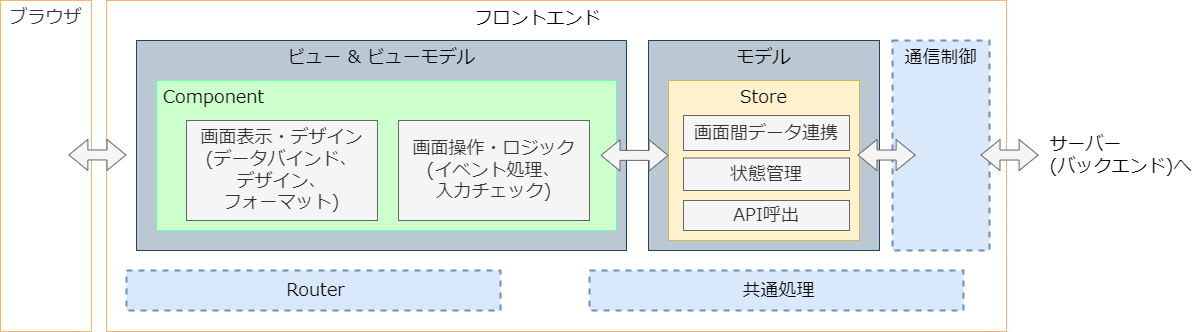
AlesInfiny/maia keeps this draw.io diagram as documents/contents/images/app-architecture/client-side-rendering/frontend-architecture-light.png. Above is the earlier version. Source tidied: cells renumbered, new cells last; positions are measured from the earlier drawing's top-left corner, leaving out a move shared by most shapes.
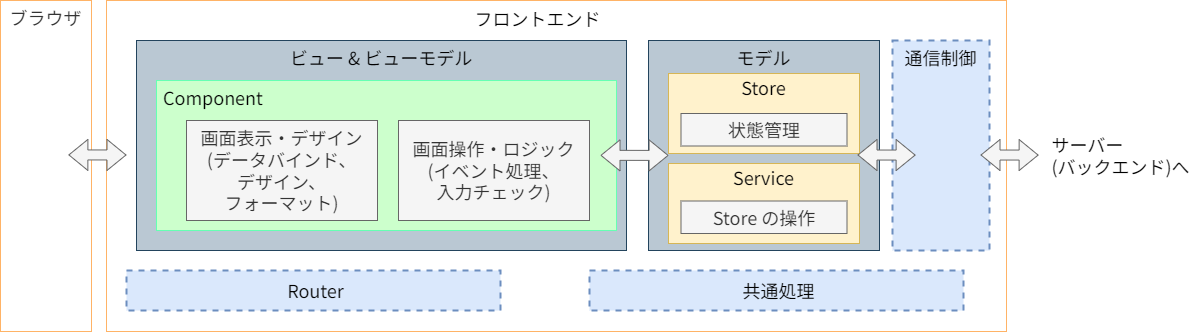
Later version of the same file.

The edit, as a diff of the source:
```diff
@@ -23,18 +23,12 @@
     <mxCell id="8" value="画面操作・ロジック&lt;br style=&quot;font-size: 18px&quot;&gt;(イベント処理、&lt;br style=&quot;font-size: 18px&quot;&gt;入力チェック)" style="rounded=0;whiteSpace=wrap;html=1;fontSize=18;fillColor=#f5f5f5;fontColor=#333333;strokeColor=#666666;fontFamily=Noto Sans JP;fontSource=https%3A%2F%2Ffonts.googleapis.com%2Fcss%3Ffamily%3DNoto%2BSans%2BJP;verticalAlign=middle;" parent="1" vertex="1">
       <mxGeometry x="398" y="120" width="191" height="100" as="geometry" />
     </mxCell>
-    <mxCell id="9" value="Store" style="rounded=0;whiteSpace=wrap;html=1;fontSize=18;verticalAlign=top;fillColor=#fff2cc;strokeColor=#d6b656;fontFamily=Noto Sans JP;fontSource=https%3A%2F%2Ffonts.googleapis.com%2Fcss%3Ffamily%3DNoto%2BSans%2BJP;" parent="1" vertex="1">
-      <mxGeometry x="668" y="80" width="191" height="160" as="geometry" />
+    <mxCell id="9" value="Store" style="rounded=0;whiteSpace=wrap;html=1;fontSize=18;verticalAlign=top;fillColor=#fff2cc;strokeColor=#d6b656;fontFamily=Noto Sans JP;fontSource=https%3A%2F%2Ffonts.googleapis.com%2Fcss%3Ffamily%3DNoto%2BSans%2BJP;spacing=0;spacingTop=-1;" parent="1" vertex="1">
+      <mxGeometry x="668" y="73" width="191" height="80" as="geometry" />
     </mxCell>
-    <mxCell id="10" value="画面間データ連携" style="rounded=0;whiteSpace=wrap;html=1;fontSize=18;fillColor=#f5f5f5;strokeColor=#666666;fontColor=#333333;fontFamily=Noto Sans JP;fontSource=https%3A%2F%2Ffonts.googleapis.com%2Fcss%3Ffamily%3DNoto%2BSans%2BJP;" parent="1" vertex="1">
-      <mxGeometry x="683" y="115" width="166" height="35" as="geometry" />
-    </mxCell>
     <mxCell id="11" value="状態管理" style="rounded=0;whiteSpace=wrap;html=1;fontSize=18;fillColor=#f5f5f5;strokeColor=#666666;fontColor=#333333;fontFamily=Noto Sans JP;fontSource=https%3A%2F%2Ffonts.googleapis.com%2Fcss%3Ffamily%3DNoto%2BSans%2BJP;" parent="1" vertex="1">
-      <mxGeometry x="683" y="157.5" width="166" height="32.5" as="geometry" />
+      <mxGeometry x="680.5" y="113" width="166" height="32.5" as="geometry" />
     </mxCell>
-    <mxCell id="12" value="API呼出" style="rounded=0;whiteSpace=wrap;html=1;fontSize=18;fillColor=#f5f5f5;strokeColor=#666666;fontColor=#333333;fontFamily=Noto Sans JP;fontSource=https%3A%2F%2Ffonts.googleapis.com%2Fcss%3Ffamily%3DNoto%2BSans%2BJP;" parent="1" vertex="1">
-      <mxGeometry x="683" y="200" width="166" height="30" as="geometry" />
-    </mxCell>
     <mxCell id="13" value="通信制御" style="rounded=0;whiteSpace=wrap;html=1;fontSize=18;dashed=1;fillColor=#dae8fc;strokeColor=#6C8EBF;fontColor=#000000;strokeWidth=2;verticalAlign=top;fontFamily=Noto Sans JP;fontSource=https%3A%2F%2Ffonts.googleapis.com%2Fcss%3Ffamily%3DNoto%2BSans%2BJP;" parent="1" vertex="1">
       <mxGeometry x="892" y="40" width="97" height="210" as="geometry" />
     </mxCell>
@@ -74,5 +68,11 @@
     <mxCell id="21" value="&lt;div style=&quot;text-align: left; font-size: 18px;&quot;&gt;&lt;span style=&quot;font-size: 18px;&quot;&gt;サーバー&lt;/span&gt;&lt;/div&gt;&lt;div style=&quot;text-align: left; font-size: 18px;&quot;&gt;&lt;span style=&quot;font-size: 18px;&quot;&gt;(バックエンド)へ&lt;/span&gt;&lt;/div&gt;" style="text;html=1;strokeColor=none;fillColor=none;align=center;verticalAlign=middle;whiteSpace=wrap;rounded=0;fontFamily=Noto Sans JP;fontSource=https%3A%2F%2Ffonts.googleapis.com%2Fcss%3Ffamily%3DNoto%2BSans%2BJP;fontSize=18;" parent="1" vertex="1">
       <mxGeometry x="1046" y="140" width="149" height="30" as="geometry" />
     </mxCell>
+    <mxCell id="22" value="Service" style="rounded=0;whiteSpace=wrap;html=1;fontSize=18;verticalAlign=top;fillColor=#fff2cc;strokeColor=#d6b656;fontFamily=Noto Sans JP;fontSource=https%3A%2F%2Ffonts.googleapis.com%2Fcss%3Ffamily%3DNoto%2BSans%2BJP;spacing=0;spacingTop=-1;" parent="1" vertex="1">
+      <mxGeometry x="668" y="163" width="191" height="80" as="geometry" />
+    </mxCell>
+    <mxCell id="23" value="Store の操作" style="rounded=0;whiteSpace=wrap;html=1;fontSize=18;fillColor=#f5f5f5;strokeColor=#666666;fontColor=#333333;fontFamily=Noto Sans JP;fontSource=https%3A%2F%2Ffonts.googleapis.com%2Fcss%3Ffamily%3DNoto%2BSans%2BJP;" parent="1" vertex="1">
+      <mxGeometry x="680.5" y="200.5" width="166" height="32.5" as="geometry" />
+    </mxCell>
   </root>
 </mxGraphModel>
```
